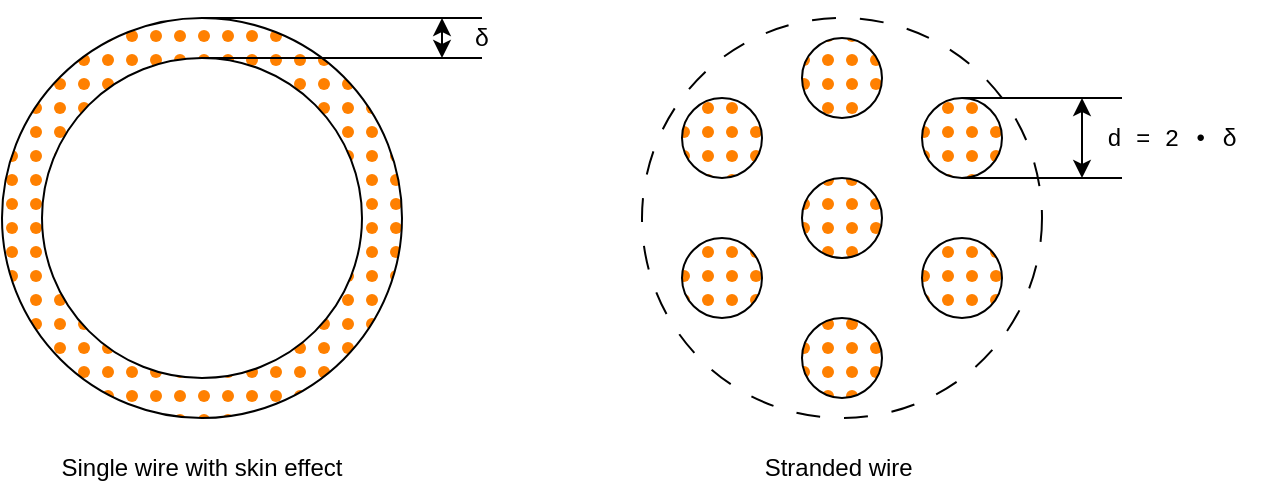
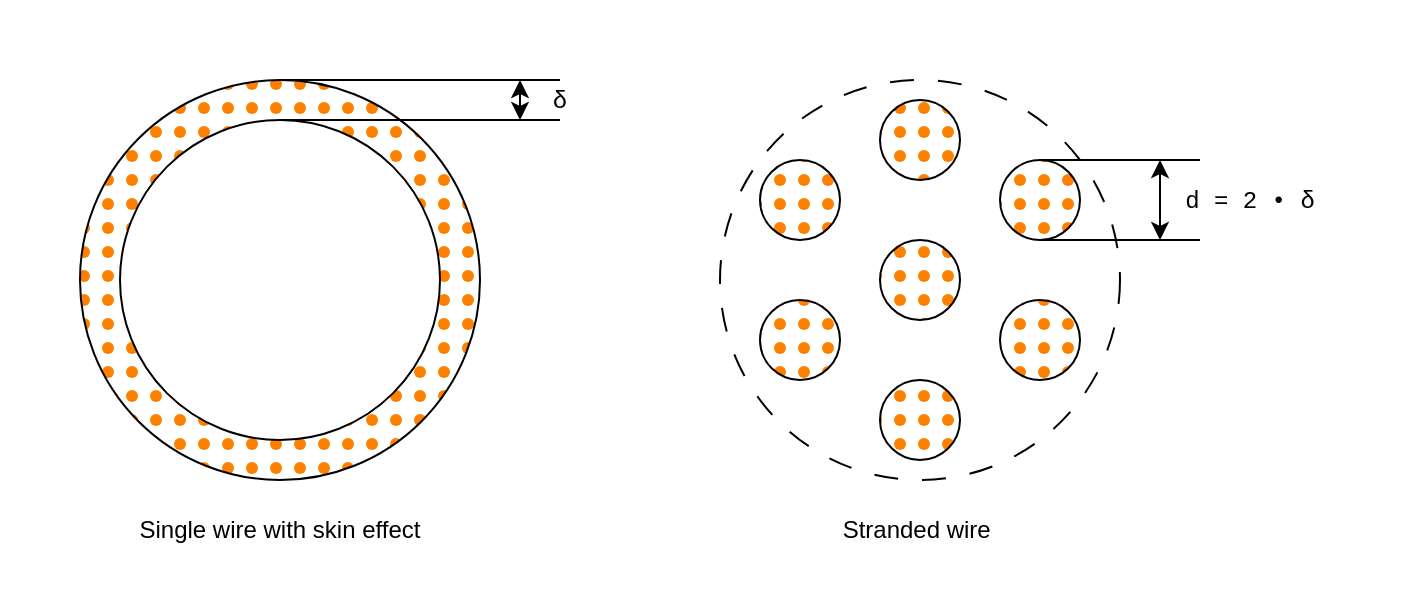
<mxfile host="Electron" agent="Mozilla/5.0 (Macintosh; Intel Mac OS X 10_15_7) AppleWebKit/537.36 (KHTML, like Gecko) draw.io/27.0.9 Chrome/134.0.6998.205 Electron/35.4.0 Safari/537.36" version="27.0.9">
  <diagram name="Page-1" id="DtA02MCZAmyAWzAIblyH">
-     <mxGraphModel dx="1113" dy="799" grid="1" gridSize="10" guides="1" tooltips="1" connect="1" arrows="1" fold="1" page="1" pageScale="1" pageWidth="850" pageHeight="1100" math="0" shadow="0">
+     <mxGraphModel dx="946" dy="732" grid="1" gridSize="10" guides="1" tooltips="1" connect="1" arrows="1" fold="1" page="1" pageScale="1" pageWidth="850" pageHeight="1100" math="0" shadow="0">
      <root>
        <mxCell id="0" />
        <mxCell id="1" parent="0" />
-         <mxCell id="CJ5QHaKds9eVJ6smUBEt-15" value="" style="ellipse;whiteSpace=wrap;html=1;aspect=fixed;fillColor=none;dashed=1;dashPattern=12 12;" vertex="1" parent="1">
+         <mxCell id="xiUWgDJlxASkJH4jZZ_t-1" value="" style="rounded=0;whiteSpace=wrap;html=1;fillColor=none;strokeColor=none;" vertex="1" parent="1">
+           <mxGeometry y="200" width="700" height="300" as="geometry" />
+         </mxCell>
+         <mxCell id="CJ5QHaKds9eVJ6smUBEt-15" value="" style="ellipse;whiteSpace=wrap;html=1;aspect=fixed;fillColor=none;dashed=1;dashPattern=12 12;" parent="1" vertex="1">
          <mxGeometry x="360" y="240" width="200" height="200" as="geometry" />
        </mxCell>
-         <mxCell id="CJ5QHaKds9eVJ6smUBEt-1" value="" style="ellipse;whiteSpace=wrap;html=1;aspect=fixed;fillStyle=dots;fillColor=#FF8000;" vertex="1" parent="1">
+         <mxCell id="CJ5QHaKds9eVJ6smUBEt-1" value="" style="ellipse;whiteSpace=wrap;html=1;aspect=fixed;fillStyle=dots;fillColor=#FF8000;" parent="1" vertex="1">
          <mxGeometry x="40" y="240" width="200" height="200" as="geometry" />
        </mxCell>
-         <mxCell id="CJ5QHaKds9eVJ6smUBEt-2" value="" style="ellipse;whiteSpace=wrap;html=1;aspect=fixed;fillStyle=dots;fillColor=#FF8000;" vertex="1" parent="1">
+         <mxCell id="CJ5QHaKds9eVJ6smUBEt-2" value="" style="ellipse;whiteSpace=wrap;html=1;aspect=fixed;fillStyle=dots;fillColor=#FF8000;" parent="1" vertex="1">
          <mxGeometry x="440" y="250" width="40" height="40" as="geometry" />
        </mxCell>
-         <mxCell id="CJ5QHaKds9eVJ6smUBEt-3" value="" style="ellipse;whiteSpace=wrap;html=1;aspect=fixed;fillStyle=dots;fillColor=#FF8000;" vertex="1" parent="1">
+         <mxCell id="CJ5QHaKds9eVJ6smUBEt-3" value="" style="ellipse;whiteSpace=wrap;html=1;aspect=fixed;fillStyle=dots;fillColor=#FF8000;" parent="1" vertex="1">
          <mxGeometry x="440" y="320" width="40" height="40" as="geometry" />
        </mxCell>
-         <mxCell id="CJ5QHaKds9eVJ6smUBEt-4" value="" style="ellipse;whiteSpace=wrap;html=1;aspect=fixed;fillStyle=dots;fillColor=#FF8000;" vertex="1" parent="1">
+         <mxCell id="CJ5QHaKds9eVJ6smUBEt-4" value="" style="ellipse;whiteSpace=wrap;html=1;aspect=fixed;fillStyle=dots;fillColor=#FF8000;" parent="1" vertex="1">
          <mxGeometry x="440" y="390" width="40" height="40" as="geometry" />
        </mxCell>
-         <mxCell id="CJ5QHaKds9eVJ6smUBEt-5" value="" style="ellipse;whiteSpace=wrap;html=1;aspect=fixed;fillStyle=dots;fillColor=#FF8000;" vertex="1" parent="1">
+         <mxCell id="CJ5QHaKds9eVJ6smUBEt-5" value="" style="ellipse;whiteSpace=wrap;html=1;aspect=fixed;fillStyle=dots;fillColor=#FF8000;" parent="1" vertex="1">
          <mxGeometry x="500" y="280" width="40" height="40" as="geometry" />
        </mxCell>
-         <mxCell id="CJ5QHaKds9eVJ6smUBEt-6" value="" style="ellipse;whiteSpace=wrap;html=1;aspect=fixed;fillStyle=dots;fillColor=#FF8000;" vertex="1" parent="1">
+         <mxCell id="CJ5QHaKds9eVJ6smUBEt-6" value="" style="ellipse;whiteSpace=wrap;html=1;aspect=fixed;fillStyle=dots;fillColor=#FF8000;" parent="1" vertex="1">
          <mxGeometry x="500" y="350" width="40" height="40" as="geometry" />
        </mxCell>
-         <mxCell id="CJ5QHaKds9eVJ6smUBEt-7" value="" style="ellipse;whiteSpace=wrap;html=1;aspect=fixed;fillStyle=dots;fillColor=#FF8000;" vertex="1" parent="1">
+         <mxCell id="CJ5QHaKds9eVJ6smUBEt-7" value="" style="ellipse;whiteSpace=wrap;html=1;aspect=fixed;fillStyle=dots;fillColor=#FF8000;" parent="1" vertex="1">
          <mxGeometry x="380" y="280" width="40" height="40" as="geometry" />
        </mxCell>
-         <mxCell id="CJ5QHaKds9eVJ6smUBEt-8" value="" style="ellipse;whiteSpace=wrap;html=1;aspect=fixed;fillStyle=dots;fillColor=#FF8000;" vertex="1" parent="1">
+         <mxCell id="CJ5QHaKds9eVJ6smUBEt-8" value="" style="ellipse;whiteSpace=wrap;html=1;aspect=fixed;fillStyle=dots;fillColor=#FF8000;" parent="1" vertex="1">
          <mxGeometry x="380" y="350" width="40" height="40" as="geometry" />
        </mxCell>
-         <mxCell id="CJ5QHaKds9eVJ6smUBEt-9" value="" style="ellipse;whiteSpace=wrap;html=1;aspect=fixed;" vertex="1" parent="1">
+         <mxCell id="CJ5QHaKds9eVJ6smUBEt-9" value="" style="ellipse;whiteSpace=wrap;html=1;aspect=fixed;" parent="1" vertex="1">
          <mxGeometry x="60" y="260" width="160" height="160" as="geometry" />
        </mxCell>
-         <mxCell id="CJ5QHaKds9eVJ6smUBEt-10" value="" style="endArrow=classic;startArrow=classic;html=1;rounded=0;exitX=0;exitY=1;exitDx=0;exitDy=0;" edge="1" parent="1" source="CJ5QHaKds9eVJ6smUBEt-14">
+         <mxCell id="CJ5QHaKds9eVJ6smUBEt-10" value="" style="endArrow=classic;startArrow=classic;html=1;rounded=0;exitX=0;exitY=1;exitDx=0;exitDy=0;" parent="1" source="CJ5QHaKds9eVJ6smUBEt-14" edge="1">
          <mxGeometry width="50" height="50" relative="1" as="geometry">
            <mxPoint x="260" y="280" as="sourcePoint" />
            <mxPoint x="260" y="240" as="targetPoint" />
          </mxGeometry>
        </mxCell>
-         <mxCell id="CJ5QHaKds9eVJ6smUBEt-11" value="" style="endArrow=none;html=1;rounded=0;exitX=0.5;exitY=0;exitDx=0;exitDy=0;" edge="1" parent="1" source="CJ5QHaKds9eVJ6smUBEt-1">
+         <mxCell id="CJ5QHaKds9eVJ6smUBEt-11" value="" style="endArrow=none;html=1;rounded=0;exitX=0.5;exitY=0;exitDx=0;exitDy=0;" parent="1" source="CJ5QHaKds9eVJ6smUBEt-1" edge="1">
          <mxGeometry width="50" height="50" relative="1" as="geometry">
            <mxPoint x="350" y="370" as="sourcePoint" />
            <mxPoint x="280" y="240" as="targetPoint" />
          </mxGeometry>
        </mxCell>
-         <mxCell id="CJ5QHaKds9eVJ6smUBEt-13" value="" style="endArrow=none;html=1;rounded=0;exitX=0.5;exitY=0;exitDx=0;exitDy=0;" edge="1" parent="1">
+         <mxCell id="CJ5QHaKds9eVJ6smUBEt-13" value="" style="endArrow=none;html=1;rounded=0;exitX=0.5;exitY=0;exitDx=0;exitDy=0;" parent="1" edge="1">
          <mxGeometry width="50" height="50" relative="1" as="geometry">
            <mxPoint x="140" y="260" as="sourcePoint" />
            <mxPoint x="280" y="260" as="targetPoint" />
          </mxGeometry>
        </mxCell>
-         <mxCell id="CJ5QHaKds9eVJ6smUBEt-14" value="&lt;div style=&quot;font-family: Menlo, Monaco, &amp;quot;Courier New&amp;quot;, monospace; line-height: 18px; white-space: pre;&quot;&gt;&lt;span style=&quot;&quot;&gt;δ&lt;/span&gt;&lt;/div&gt;" style="text;html=1;align=center;verticalAlign=middle;whiteSpace=wrap;rounded=0;fillColor=none;fontColor=#000000;labelBackgroundColor=none;" vertex="1" parent="1">
+         <mxCell id="CJ5QHaKds9eVJ6smUBEt-14" value="&lt;div style=&quot;font-family: Menlo, Monaco, &amp;quot;Courier New&amp;quot;, monospace; line-height: 18px; white-space: pre;&quot;&gt;&lt;span style=&quot;&quot;&gt;δ&lt;/span&gt;&lt;/div&gt;" style="text;html=1;align=center;verticalAlign=middle;whiteSpace=wrap;rounded=0;fillColor=none;fontColor=default;labelBackgroundColor=none;" parent="1" vertex="1">
          <mxGeometry x="260" y="240" width="40" height="20" as="geometry" />
        </mxCell>
-         <mxCell id="CJ5QHaKds9eVJ6smUBEt-16" value="Single wire with skin effect" style="text;html=1;align=center;verticalAlign=middle;whiteSpace=wrap;rounded=0;fontColor=#000000;" vertex="1" parent="1">
+         <mxCell id="CJ5QHaKds9eVJ6smUBEt-16" value="Single wire with skin effect" style="text;html=1;align=center;verticalAlign=middle;whiteSpace=wrap;rounded=0;fontColor=default;" parent="1" vertex="1">
          <mxGeometry x="40" y="450" width="200" height="30" as="geometry" />
        </mxCell>
-         <mxCell id="CJ5QHaKds9eVJ6smUBEt-17" value="Stranded wire&amp;nbsp;" style="text;html=1;align=center;verticalAlign=middle;whiteSpace=wrap;rounded=0;fontColor=#000000;" vertex="1" parent="1">
+         <mxCell id="CJ5QHaKds9eVJ6smUBEt-17" value="Stranded wire&amp;nbsp;" style="text;html=1;align=center;verticalAlign=middle;whiteSpace=wrap;rounded=0;fontColor=default;" parent="1" vertex="1">
          <mxGeometry x="360" y="450" width="200" height="30" as="geometry" />
        </mxCell>
-         <mxCell id="CJ5QHaKds9eVJ6smUBEt-18" value="" style="endArrow=none;html=1;rounded=0;exitX=0.5;exitY=0;exitDx=0;exitDy=0;" edge="1" parent="1">
+         <mxCell id="CJ5QHaKds9eVJ6smUBEt-18" value="" style="endArrow=none;html=1;rounded=0;exitX=0.5;exitY=0;exitDx=0;exitDy=0;" parent="1" edge="1">
          <mxGeometry width="50" height="50" relative="1" as="geometry">
            <mxPoint x="520" y="280" as="sourcePoint" />
            <mxPoint x="600" y="280" as="targetPoint" />
          </mxGeometry>
        </mxCell>
-         <mxCell id="CJ5QHaKds9eVJ6smUBEt-19" value="" style="endArrow=none;html=1;rounded=0;exitX=0.5;exitY=0;exitDx=0;exitDy=0;" edge="1" parent="1">
+         <mxCell id="CJ5QHaKds9eVJ6smUBEt-19" value="" style="endArrow=none;html=1;rounded=0;exitX=0.5;exitY=0;exitDx=0;exitDy=0;" parent="1" edge="1">
          <mxGeometry width="50" height="50" relative="1" as="geometry">
            <mxPoint x="520" y="320" as="sourcePoint" />
            <mxPoint x="600" y="320" as="targetPoint" />
          </mxGeometry>
        </mxCell>
-         <mxCell id="CJ5QHaKds9eVJ6smUBEt-20" value="&lt;div style=&quot;font-family: Menlo, Monaco, &amp;quot;Courier New&amp;quot;, monospace; line-height: 18px; white-space: pre;&quot;&gt;&lt;span style=&quot;&quot;&gt;d = 2 • δ&lt;/span&gt;&lt;/div&gt;" style="text;html=1;align=center;verticalAlign=middle;whiteSpace=wrap;rounded=0;fillColor=none;fontColor=#000000;labelBackgroundColor=none;" vertex="1" parent="1">
+         <mxCell id="CJ5QHaKds9eVJ6smUBEt-20" value="&lt;div style=&quot;font-family: Menlo, Monaco, &amp;quot;Courier New&amp;quot;, monospace; line-height: 18px; white-space: pre;&quot;&gt;&lt;span style=&quot;&quot;&gt;d = 2 • δ&lt;/span&gt;&lt;/div&gt;" style="text;html=1;align=center;verticalAlign=middle;whiteSpace=wrap;rounded=0;fillColor=none;fontColor=default;labelBackgroundColor=none;" parent="1" vertex="1">
          <mxGeometry x="580" y="280" width="90" height="40" as="geometry" />
        </mxCell>
-         <mxCell id="CJ5QHaKds9eVJ6smUBEt-21" value="" style="endArrow=classic;startArrow=classic;html=1;rounded=0;" edge="1" parent="1">
+         <mxCell id="CJ5QHaKds9eVJ6smUBEt-21" value="" style="endArrow=classic;startArrow=classic;html=1;rounded=0;" parent="1" edge="1">
          <mxGeometry width="50" height="50" relative="1" as="geometry">
            <mxPoint x="580" y="320" as="sourcePoint" />
            <mxPoint x="580" y="280" as="targetPoint" />
          </mxGeometry>
        </mxCell>
      </root>
    </mxGraphModel>
  </diagram>
</mxfile>
